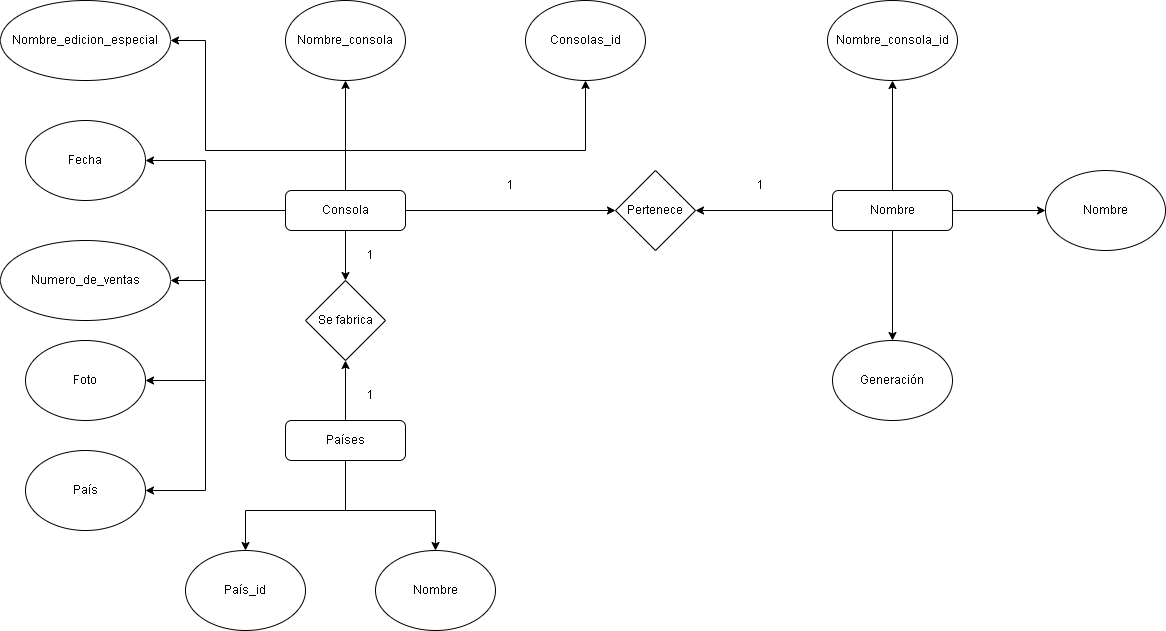
This is SegundoParcial/Practica 1/Img/ModeloEntidadRelación.png from LeinadDH/Juegos_en_Red, a draw.io export, as it was before one commit. Source tidied: cells renumbered, new cells last; positions are measured from the earlier drawing's top-left corner, leaving out a move shared by most shapes.
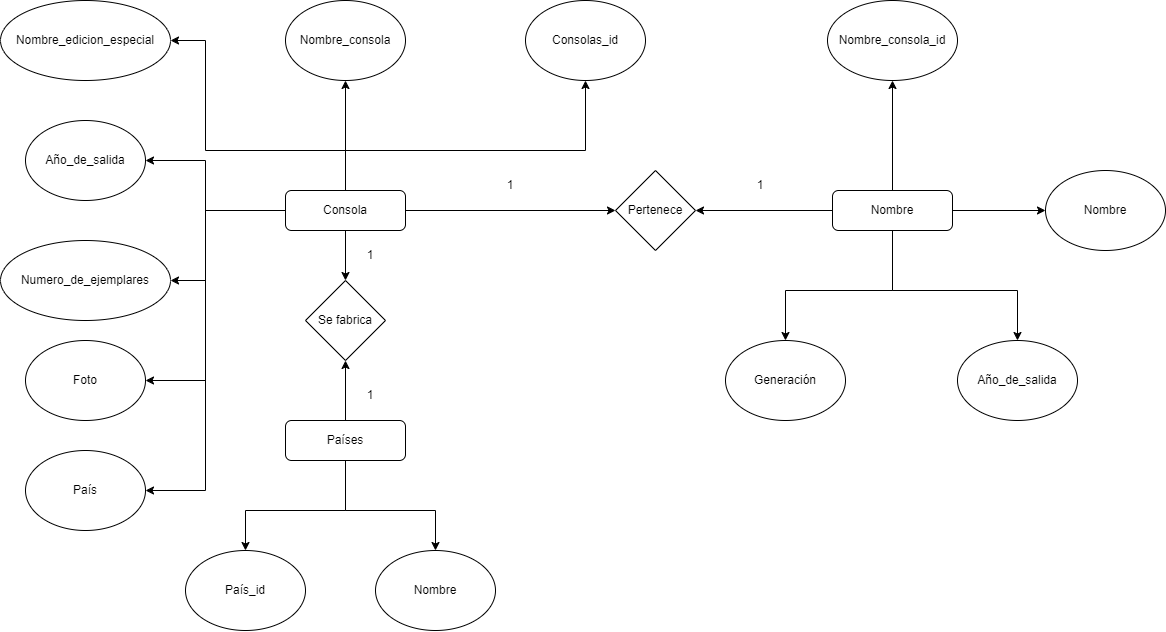
Above is the later version.

Commit message:
Pequenos cambios modelo relacional

Change to the diagram source:
```diff
@@ -54,10 +54,10 @@
     <mxCell id="15" value="Nombre_edicion_especial" style="ellipse;whiteSpace=wrap;html=1;" parent="1" vertex="1">
       <mxGeometry width="170" height="80" as="geometry" />
     </mxCell>
-    <mxCell id="16" value="Fecha" style="ellipse;whiteSpace=wrap;html=1;" parent="1" vertex="1">
+    <mxCell id="16" value="Año_de_salida" style="ellipse;whiteSpace=wrap;html=1;" parent="1" vertex="1">
       <mxGeometry x="25" y="120" width="120" height="80" as="geometry" />
     </mxCell>
-    <mxCell id="17" value="Numero_de_ventas" style="ellipse;whiteSpace=wrap;html=1;" parent="1" vertex="1">
+    <mxCell id="17" value="Numero_de_ejemplares" style="ellipse;whiteSpace=wrap;html=1;" parent="1" vertex="1">
       <mxGeometry y="240" width="170" height="80" as="geometry" />
     </mxCell>
     <mxCell id="18" value="Foto" style="ellipse;whiteSpace=wrap;html=1;" parent="1" vertex="1">
@@ -144,10 +144,15 @@
       <mxGeometry relative="1" as="geometry" />
     </mxCell>
     <mxCell id="35" value="Generación" style="ellipse;whiteSpace=wrap;html=1;" parent="1" vertex="1">
-      <mxGeometry x="832" y="340" width="120" height="80" as="geometry" />
+      <mxGeometry x="725" y="340" width="120" height="80" as="geometry" />
     </mxCell>
     <mxCell id="36" style="endArrow=classic;html=1;rounded=0;exitX=0.5;exitY=1;exitDx=0;exitDy=0;entryX=0.5;entryY=0;entryDx=0;entryDy=0;" parent="1" edge="1" source="28" target="35">
-      <mxGeometry relative="1" as="geometry" />
+      <mxGeometry relative="1" as="geometry">
+        <Array as="points">
+          <mxPoint x="892" y="290" />
+          <mxPoint x="785" y="290" />
+        </Array>
+      </mxGeometry>
     </mxCell>
     <mxCell id="37" value="1" style="rounded=0;whiteSpace=wrap;html=1;strokeColor=none;" parent="1" vertex="1">
       <mxGeometry x="505" y="170" width="10" height="30" as="geometry" />
@@ -155,5 +160,16 @@
     <mxCell id="38" value="1" style="rounded=0;whiteSpace=wrap;html=1;strokeColor=none;" parent="1" vertex="1">
       <mxGeometry x="755" y="170" width="10" height="30" as="geometry" />
     </mxCell>
+    <mxCell id="39" value="Año_de_salida" style="ellipse;whiteSpace=wrap;html=1;" parent="1" vertex="1">
+      <mxGeometry x="957" y="340" width="120" height="80" as="geometry" />
+    </mxCell>
+    <mxCell id="40" style="endArrow=classic;html=1;rounded=0;exitX=0.5;exitY=1;exitDx=0;exitDy=0;entryX=0.5;entryY=0;entryDx=0;entryDy=0;" parent="1" edge="1" source="28" target="39">
+      <mxGeometry relative="1" as="geometry">
+        <Array as="points">
+          <mxPoint x="892" y="290" />
+          <mxPoint x="1017" y="290" />
+        </Array>
+      </mxGeometry>
+    </mxCell>
   </root>
 </mxGraphModel>
```
